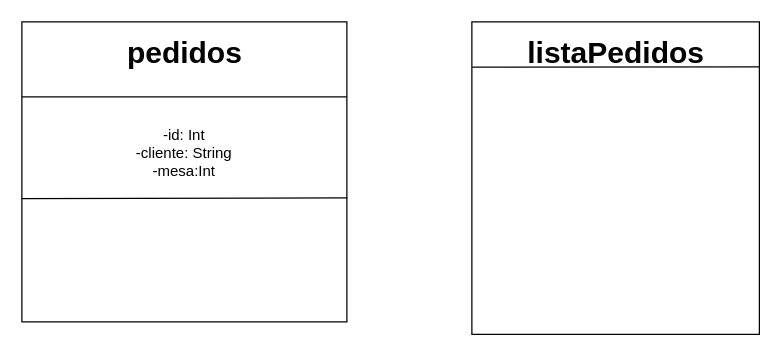
Above: pedidos.drawio in LuFassini/2TDS2-CadastroPedidos (draw.io), before the change. Source tidied: cells renumbered, new cells numbered last; positions are measured from the earlier drawing's top-left corner, leaving out a move shared by most shapes. Both pictures are drawn from the tidied source at 125%, with x=0, y=0 at pixel (21, 21).
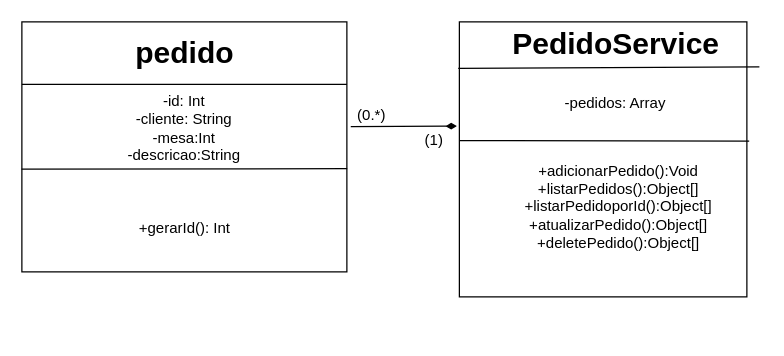
After the change.

The edit, as a diff of the source:
```diff
@@
 <mxGraphModel>
   <root>
     <mxCell id="0" />
     <mxCell id="1" parent="0" />
     <mxCell id="2" style="rounded=0;whiteSpace=wrap;html=1;" parent="1" vertex="1">
-      <mxGeometry width="260" height="240" as="geometry" />
+      <mxGeometry width="260" height="200" as="geometry" />
     </mxCell>
-    <mxCell id="3" value="pedidos" style="text;strokeColor=none;fillColor=none;html=1;fontSize=24;fontStyle=1;verticalAlign=middle;align=center;" parent="1" vertex="1">
+    <mxCell id="3" value="pedido" style="text;strokeColor=none;fillColor=none;html=1;fontSize=24;fontStyle=1;verticalAlign=middle;align=center;" parent="1" vertex="1">
       <mxGeometry x="90" y="20" width="80" height="10" as="geometry" />
     </mxCell>
     <mxCell id="4" style="endArrow=none;html=1;entryX=1;entryY=0.25;entryDx=0;entryDy=0;exitX=0;exitY=0.25;exitDx=0;exitDy=0;" parent="1" edge="1" source="2" target="2">
       <mxGeometry relative="1" as="geometry" />
     </mxCell>
-    <mxCell id="5" value="-id: Int&lt;br&gt;-cliente: String&lt;br&gt;-mesa:Int" style="text;html=1;strokeColor=none;fillColor=none;align=center;verticalAlign=middle;whiteSpace=wrap;rounded=0;" parent="1" vertex="1">
-      <mxGeometry x="45" y="80" width="170" height="50" as="geometry" />
+    <mxCell id="5" value="-id: Int&lt;br&gt;-cliente: String&lt;br&gt;-mesa:Int&lt;br&gt;-descricao:String" style="text;html=1;strokeColor=none;fillColor=none;align=center;verticalAlign=middle;whiteSpace=wrap;rounded=0;" parent="1" vertex="1">
+      <mxGeometry x="45" y="60" width="170" height="50" as="geometry" />
     </mxCell>
     <mxCell id="6" style="endArrow=none;html=1;exitX=1.001;exitY=0.587;exitDx=0;exitDy=0;exitPerimeter=0;entryX=-0.001;entryY=0.589;entryDx=0;entryDy=0;entryPerimeter=0;" parent="1" edge="1" source="2" target="2">
       <mxGeometry relative="1" as="geometry" />
     </mxCell>
     <mxCell id="7" style="rounded=0;whiteSpace=wrap;html=1;" parent="1" vertex="1">
-      <mxGeometry x="360" width="230" height="250" as="geometry" />
+      <mxGeometry x="350" width="230" height="220" as="geometry" />
     </mxCell>
-    <mxCell id="8" value="listaPedidos" style="text;strokeColor=none;fillColor=none;html=1;fontSize=24;fontStyle=1;verticalAlign=middle;align=center;" parent="1" vertex="1">
-      <mxGeometry x="425" y="5" width="100" height="40" as="geometry" />
+    <mxCell id="8" value="PedidoService" style="text;strokeColor=none;fillColor=none;html=1;fontSize=24;fontStyle=1;verticalAlign=middle;align=center;" parent="1" vertex="1">
+      <mxGeometry x="407.5" width="135" height="35" as="geometry" />
     </mxCell>
-    <mxCell id="9" style="endArrow=none;html=1;exitX=0.001;exitY=0.145;exitDx=0;exitDy=0;exitPerimeter=0;" parent="1" edge="1" source="7">
+    <mxCell id="9" style="endArrow=none;html=1;exitX=-0.004;exitY=0.169;exitDx=0;exitDy=0;exitPerimeter=0;" parent="1" edge="1" source="7">
       <mxGeometry relative="1" as="geometry">
         <mxPoint x="590" y="36" as="targetPoint" />
       </mxGeometry>
     </mxCell>
+    <mxCell id="10" value="+gerarId(): Int" style="text;html=1;strokeColor=none;fillColor=none;align=center;verticalAlign=middle;whiteSpace=wrap;rounded=0;" parent="1" vertex="1">
+      <mxGeometry x="40.5" y="150" width="179" height="30" as="geometry" />
+    </mxCell>
+    <mxCell id="11" value="-pedidos: Array&lt;br&gt;" style="text;html=1;strokeColor=none;fillColor=none;align=center;verticalAlign=middle;whiteSpace=wrap;rounded=0;" parent="1" vertex="1">
+      <mxGeometry x="410" y="50" width="130" height="30" as="geometry" />
+    </mxCell>
+    <mxCell id="12" style="endArrow=none;html=1;entryX=1.008;entryY=0.434;entryDx=0;entryDy=0;entryPerimeter=0;" parent="1" edge="1" target="7">
+      <mxGeometry relative="1" as="geometry">
+        <mxPoint x="350" y="95" as="sourcePoint" />
+      </mxGeometry>
+    </mxCell>
+    <mxCell id="13" value="+adicionarPedido():Void&lt;br&gt;+listarPedidos():Object[]&lt;br&gt;+listarPedidoporId():Object[]&lt;br&gt;+atualizarPedido():Object[]&lt;br&gt;+deletePedido():Object[]" style="text;html=1;strokeColor=none;fillColor=none;align=center;verticalAlign=middle;whiteSpace=wrap;rounded=0;" parent="1" vertex="1">
+      <mxGeometry x="385" y="115" width="185" height="65" as="geometry" />
+    </mxCell>
+    <mxCell id="14" style="endArrow=diamondThin;html=1;endFill=1;entryX=-0.009;entryY=0.379;entryDx=0;entryDy=0;entryPerimeter=0;exitX=1.012;exitY=0.419;exitDx=0;exitDy=0;exitPerimeter=0;" parent="1" edge="1" source="2" target="7">
+      <mxGeometry relative="1" as="geometry" />
+    </mxCell>
+    <mxCell id="15" value="(0.*)" style="text;html=1;strokeColor=none;fillColor=none;align=center;verticalAlign=middle;whiteSpace=wrap;rounded=0;" parent="1" vertex="1">
+      <mxGeometry x="250" y="60" width="60" height="30" as="geometry" />
+    </mxCell>
+    <mxCell id="16" value="(1)" style="text;html=1;strokeColor=none;fillColor=none;align=center;verticalAlign=middle;whiteSpace=wrap;rounded=0;" parent="1" vertex="1">
+      <mxGeometry x="300" y="80" width="60" height="30" as="geometry" />
+    </mxCell>
   </root>
 </mxGraphModel>
```
